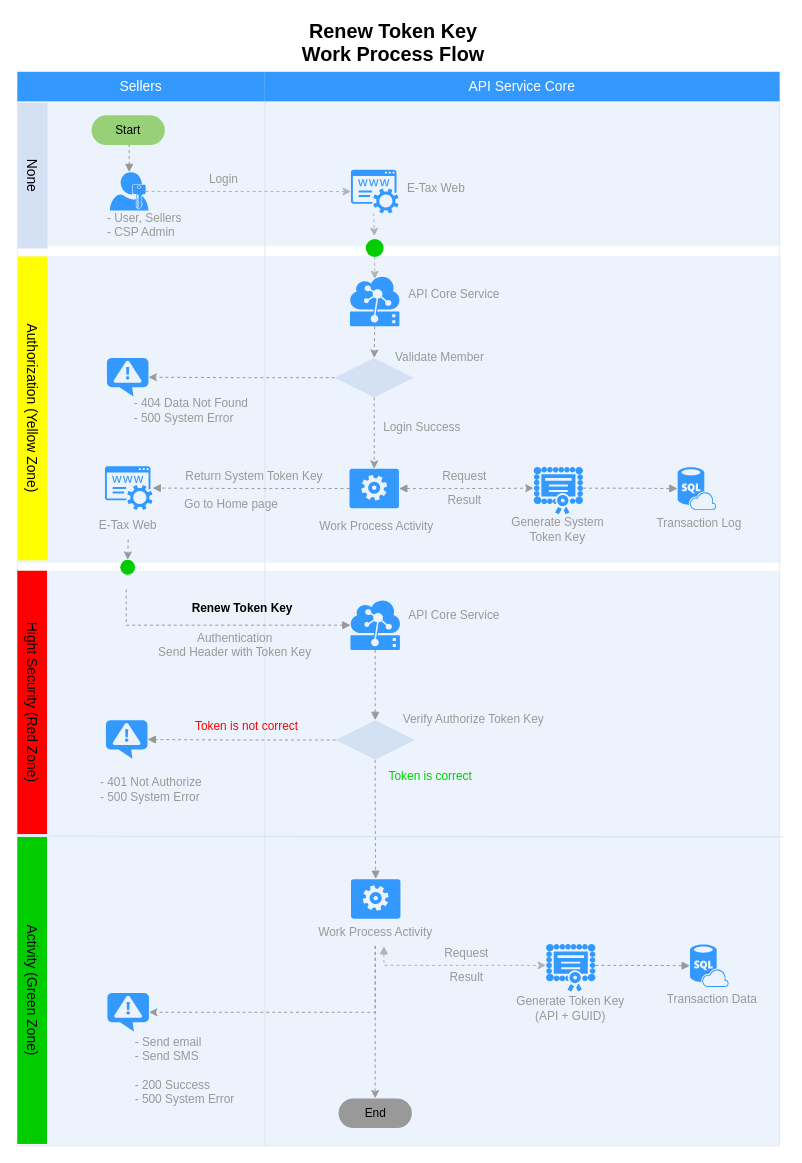
Above: Register Renew Token-Key.drawio in nirawat/eTax (draw.io), before the change. Source tidied: cells renumbered, new cells numbered last; positions are measured from the earlier drawing's top-left corner, leaving out a move shared by most shapes. Both pictures are drawn from the tidied source at 99%, with x=0, y=0 at pixel (-122, 17).
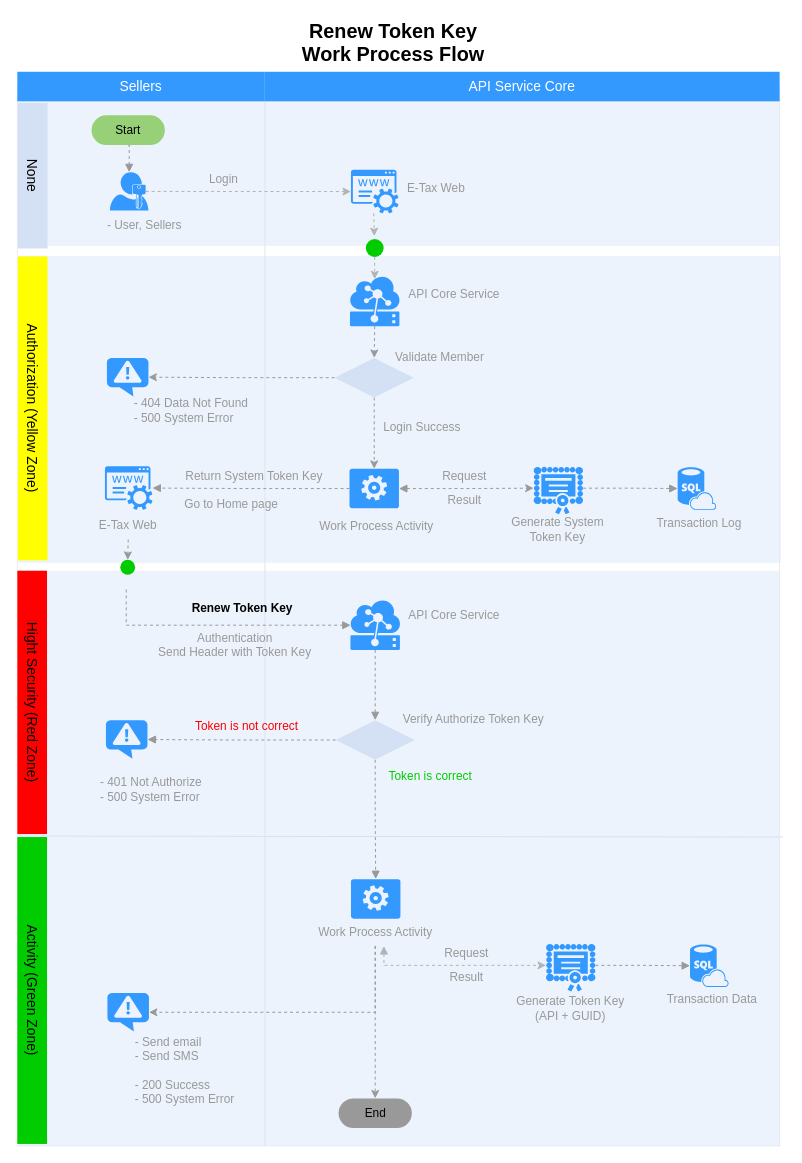
Above is the later version.

What changed in the source:
```diff
@@
-    <mxCell id="82" value="&lt;font color=&quot;#999999&quot; style=&quot;font-size: 12px&quot;&gt;- User, Sellers&lt;br&gt;- CSP Admin&lt;br&gt;&lt;br&gt;&lt;/font&gt;" style="text;html=1;strokeColor=none;fillColor=none;align=left;verticalAlign=middle;whiteSpace=wrap;rounded=0;fontSize=12;" parent="1" vertex="1">
-      <mxGeometry x="228.5" y="197" width="120" height="40" as="geometry" />
+    <mxCell id="82" value="&lt;font color=&quot;#999999&quot; style=&quot;font-size: 12px&quot;&gt;- User, Sellers&lt;br&gt;&lt;/font&gt;" style="text;html=1;strokeColor=none;fillColor=none;align=left;verticalAlign=middle;whiteSpace=wrap;rounded=0;fontSize=12;" parent="1" vertex="1">
+      <mxGeometry x="229" y="197" width="120" height="25" as="geometry" />
     </mxCell>
```
